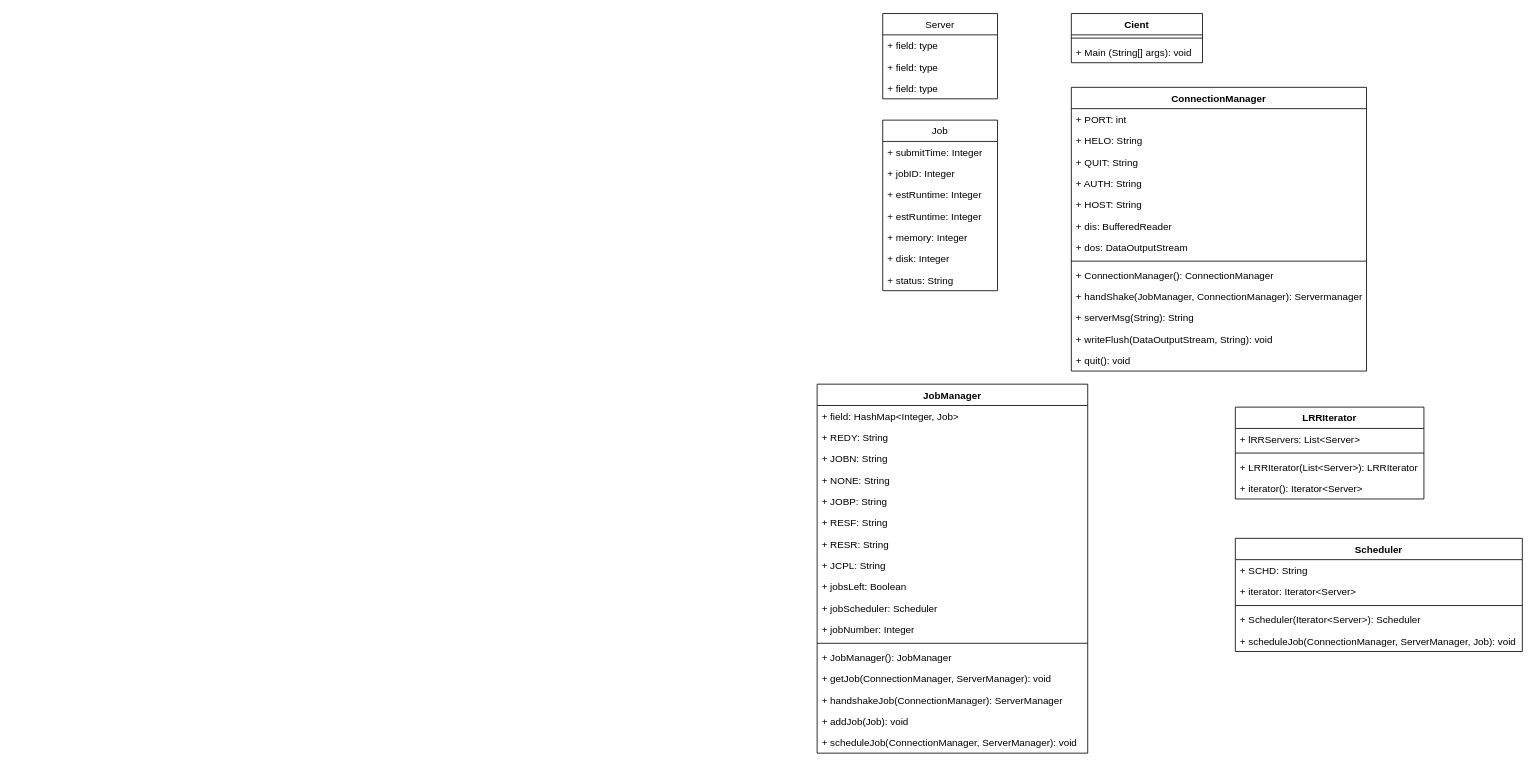
Earlier version of the draw.io diagram Untitled Diagram.drawio (46458727/COMP3100). Source tidied: cells renumbered, new cells numbered last; positions are measured from the earlier drawing's top-left corner, leaving out a move shared by most shapes. Both pictures are drawn from the tidied source at 82%, with x=0, y=0 at pixel (817, 13).
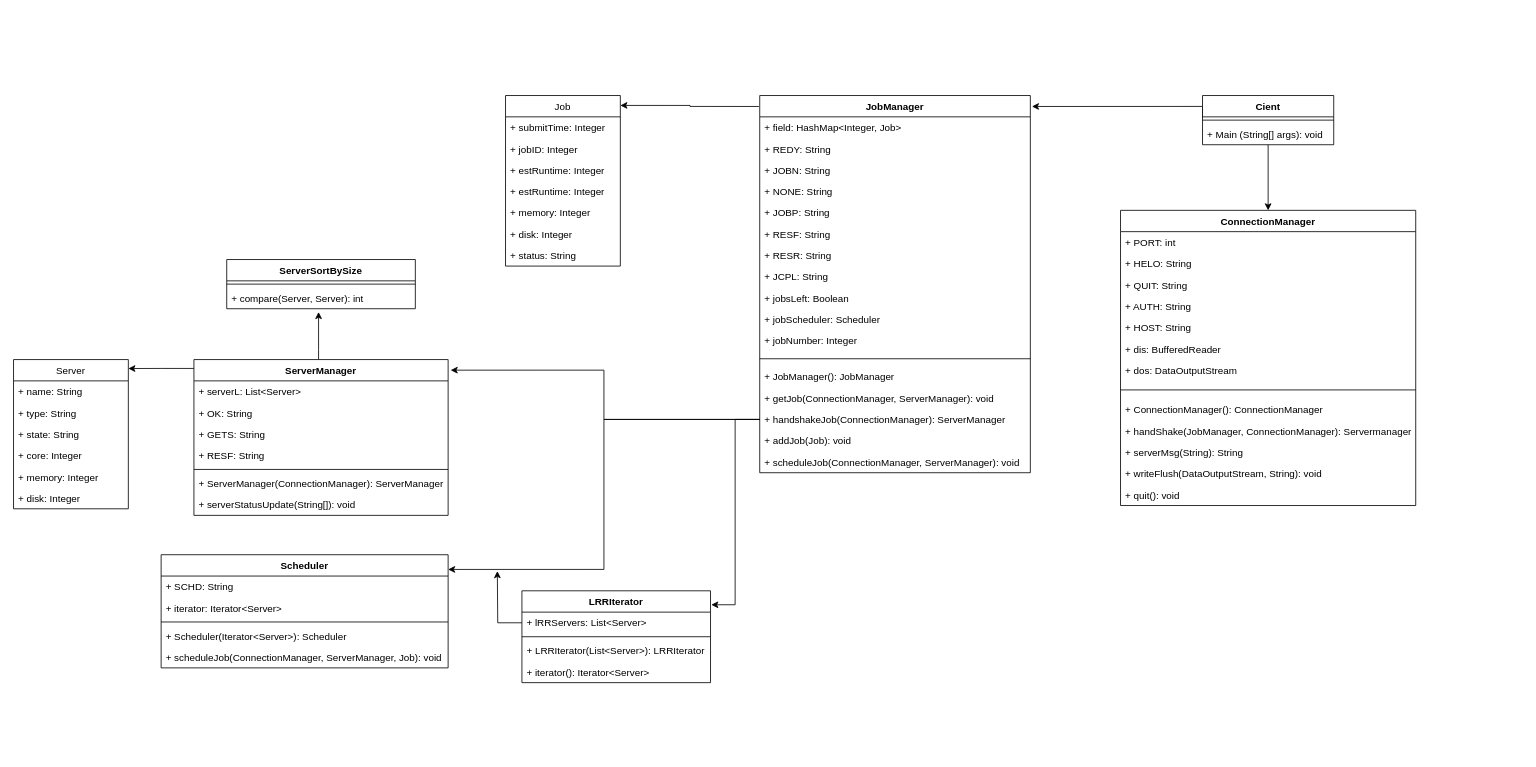
Above is the later version.

Commit message:
Finalised Class Diagram

Unchanged cells that the change refers to:
```xml
<mxCell id="7" style="line;strokeWidth=1;fillColor=none;align=left;verticalAlign=middle;spacingTop=-1;spacingLeft=3;spacingRight=3;labelPosition=right;points=[];portConstraint=eastwest;" parent="6" vertex="1">
  <mxGeometry y="26" width="160" height="8" as="geometry" />
</mxCell>
<mxCell id="50" value="+ lRRServers: List&lt;Server&gt;" style="text;strokeColor=none;fillColor=none;align=left;verticalAlign=top;spacingLeft=4;spacingRight=4;overflow=hidden;points=[[0,0.5],[1,0.5]];portConstraint=eastwest;" parent="49" vertex="1">
  <mxGeometry y="26" width="230" height="26" as="geometry" />
</mxCell>
```

What changed in the source:
```diff
@@
     <mxCell id="2" value="Server" style="swimlane;fontStyle=0;horizontal=1;startSize=26;fillColor=none;" parent="1" vertex="1">
-      <mxGeometry x="80" width="140" height="104" as="geometry" />
+      <mxGeometry x="-980" y="422" width="140" height="182" as="geometry" />
     </mxCell>
-    <mxCell id="3" value="+ field: type" style="text;strokeColor=none;fillColor=none;align=left;verticalAlign=top;spacingLeft=4;spacingRight=4;overflow=hidden;" parent="2" vertex="1">
+    <mxCell id="3" value="+ name: String" style="text;strokeColor=none;fillColor=none;align=left;verticalAlign=top;spacingLeft=4;spacingRight=4;overflow=hidden;" parent="2" vertex="1">
       <mxGeometry y="26" width="140" height="26" as="geometry" />
     </mxCell>
-    <mxCell id="4" value="+ field: type" style="text;strokeColor=none;fillColor=none;align=left;verticalAlign=top;spacingLeft=4;spacingRight=4;overflow=hidden;" parent="2" vertex="1">
+    <mxCell id="4" value="+ type: String" style="text;strokeColor=none;fillColor=none;align=left;verticalAlign=top;spacingLeft=4;spacingRight=4;overflow=hidden;" parent="2" vertex="1">
       <mxGeometry y="52" width="140" height="26" as="geometry" />
     </mxCell>
-    <mxCell id="5" value="+ field: type" style="text;strokeColor=none;fillColor=none;align=left;verticalAlign=top;spacingLeft=4;spacingRight=4;overflow=hidden;" parent="2" vertex="1">
+    <mxCell id="5" value="+ state: String" style="text;strokeColor=none;fillColor=none;align=left;verticalAlign=top;spacingLeft=4;spacingRight=4;overflow=hidden;" parent="2" vertex="1">
       <mxGeometry y="78" width="140" height="26" as="geometry" />
     </mxCell>
+    <mxCell id="60" value="+ core: Integer" style="text;strokeColor=none;fillColor=none;align=left;verticalAlign=top;spacingLeft=4;spacingRight=4;overflow=hidden;" parent="2" vertex="1">
+      <mxGeometry y="104" width="140" height="26" as="geometry" />
+    </mxCell>
+    <mxCell id="61" value="+ memory: Integer" style="text;strokeColor=none;fillColor=none;align=left;verticalAlign=top;spacingLeft=4;spacingRight=4;overflow=hidden;" parent="2" vertex="1">
+      <mxGeometry y="130" width="140" height="26" as="geometry" />
+    </mxCell>
+    <mxCell id="62" value="+ disk: Integer" style="text;strokeColor=none;fillColor=none;align=left;verticalAlign=top;spacingLeft=4;spacingRight=4;overflow=hidden;" parent="2" vertex="1">
+      <mxGeometry y="156" width="140" height="26" as="geometry" />
+    </mxCell>
+    <mxCell id="63" style="edgeStyle=orthogonalEdgeStyle;rounded=0;jettySize=auto;html=1;" parent="1" edge="1" source="6" target="9">
+      <mxGeometry relative="1" as="geometry" />
+    </mxCell>
+    <mxCell id="64" style="edgeStyle=orthogonalEdgeStyle;rounded=0;jettySize=auto;html=1;entryX=1.006;entryY=0.029;entryDx=0;entryDy=0;entryPerimeter=0;exitX=0;exitY=0.125;exitDx=0;exitDy=0;exitPerimeter=0;" parent="1" edge="1" source="7" target="23">
+      <mxGeometry relative="1" as="geometry">
+        <Array as="points">
+          <mxPoint x="470" y="113" />
+        </Array>
+      </mxGeometry>
+    </mxCell>
     <mxCell id="6" value="Cient" style="swimlane;fontStyle=1;align=center;verticalAlign=top;horizontal=1;startSize=26;" parent="1" vertex="1">
-      <mxGeometry x="310" width="160" height="60" as="geometry" />
+      <mxGeometry x="470" y="100" width="160" height="60" as="geometry" />
     </mxCell>
@@
     <mxCell id="9" value="ConnectionManager" style="swimlane;fontStyle=1;align=center;verticalAlign=top;horizontal=1;startSize=26;" parent="1" vertex="1">
-      <mxGeometry x="310" y="90" width="360" height="346" as="geometry" />
+      <mxGeometry x="370" y="240" width="360" height="360" as="geometry" />
     </mxCell>
@@
     <mxCell id="17" style="line;strokeWidth=1;fillColor=none;align=left;verticalAlign=middle;spacingTop=-1;spacingLeft=3;spacingRight=3;labelPosition=right;" parent="9" vertex="1">
-      <mxGeometry y="208" width="360" height="8" as="geometry" />
+      <mxGeometry y="208" width="360" height="22" as="geometry" />
     </mxCell>
     <mxCell id="18" value="+ ConnectionManager(): ConnectionManager" style="text;strokeColor=none;fillColor=none;align=left;verticalAlign=top;spacingLeft=4;spacingRight=4;overflow=hidden;" parent="9" vertex="1">
-      <mxGeometry y="216" width="360" height="26" as="geometry" />
+      <mxGeometry y="230" width="360" height="26" as="geometry" />
     </mxCell>
     <mxCell id="19" value="+ handShake(JobManager, ConnectionManager): Servermanager" style="text;strokeColor=none;fillColor=none;align=left;verticalAlign=top;spacingLeft=4;spacingRight=4;overflow=hidden;" parent="9" vertex="1">
-      <mxGeometry y="242" width="360" height="26" as="geometry" />
+      <mxGeometry y="256" width="360" height="26" as="geometry" />
     </mxCell>
     <mxCell id="20" value="+ serverMsg(String): String" style="text;strokeColor=none;fillColor=none;align=left;verticalAlign=top;spacingLeft=4;spacingRight=4;overflow=hidden;" parent="9" vertex="1">
-      <mxGeometry y="268" width="360" height="26" as="geometry" />
+      <mxGeometry y="282" width="360" height="26" as="geometry" />
     </mxCell>
     <mxCell id="21" value="+ writeFlush(DataOutputStream, String): void" style="text;strokeColor=none;fillColor=none;align=left;verticalAlign=top;spacingLeft=4;spacingRight=4;overflow=hidden;" parent="9" vertex="1">
-      <mxGeometry y="294" width="360" height="26" as="geometry" />
+      <mxGeometry y="308" width="360" height="26" as="geometry" />
     </mxCell>
     <mxCell id="22" value="+ quit(): void" style="text;strokeColor=none;fillColor=none;align=left;verticalAlign=top;spacingLeft=4;spacingRight=4;overflow=hidden;" parent="9" vertex="1">
-      <mxGeometry y="320" width="360" height="26" as="geometry" />
+      <mxGeometry y="334" width="360" height="26" as="geometry" />
     </mxCell>
     <mxCell id="23" value="JobManager" style="swimlane;fontStyle=1;align=center;verticalAlign=top;horizontal=1;startSize=26;" parent="1" vertex="1">
-      <mxGeometry y="452" width="330" height="450" as="geometry" />
+      <mxGeometry x="-70" y="100" width="330" height="460" as="geometry" />
     </mxCell>
@@
     <mxCell id="35" style="line;strokeWidth=1;fillColor=none;align=left;verticalAlign=middle;spacingTop=-1;spacingLeft=3;spacingRight=3;labelPosition=right;" parent="23" vertex="1">
-      <mxGeometry y="312" width="330" height="8" as="geometry" />
+      <mxGeometry y="312" width="330" height="18" as="geometry" />
     </mxCell>
     <mxCell id="36" value="+ JobManager(): JobManager" style="text;strokeColor=none;fillColor=none;align=left;verticalAlign=top;spacingLeft=4;spacingRight=4;overflow=hidden;" parent="23" vertex="1">
-      <mxGeometry y="320" width="330" height="26" as="geometry" />
+      <mxGeometry y="330" width="330" height="26" as="geometry" />
     </mxCell>
     <mxCell id="37" value="+ getJob(ConnectionManager, ServerManager): void" style="text;strokeColor=none;fillColor=none;align=left;verticalAlign=top;spacingLeft=4;spacingRight=4;overflow=hidden;" parent="23" vertex="1">
-      <mxGeometry y="346" width="330" height="26" as="geometry" />
+      <mxGeometry y="356" width="330" height="26" as="geometry" />
     </mxCell>
     <mxCell id="38" value="+ handshakeJob(ConnectionManager): ServerManager" style="text;strokeColor=none;fillColor=none;align=left;verticalAlign=top;spacingLeft=4;spacingRight=4;overflow=hidden;points=[[0,0.5],[1,0.5]];portConstraint=eastwest;" parent="23" vertex="1">
-      <mxGeometry y="372" width="330" height="26" as="geometry" />
+      <mxGeometry y="382" width="330" height="26" as="geometry" />
     </mxCell>
     <mxCell id="39" value="+ addJob(Job): void" style="text;strokeColor=none;fillColor=none;align=left;verticalAlign=top;spacingLeft=4;spacingRight=4;overflow=hidden;" parent="23" vertex="1">
-      <mxGeometry y="398" width="330" height="26" as="geometry" />
+      <mxGeometry y="408" width="330" height="26" as="geometry" />
     </mxCell>
     <mxCell id="40" value="+ scheduleJob(ConnectionManager, ServerManager): void" style="text;strokeColor=none;fillColor=none;align=left;verticalAlign=top;spacingLeft=4;spacingRight=4;overflow=hidden;" parent="23" vertex="1">
-      <mxGeometry y="424" width="330" height="26" as="geometry" />
+      <mxGeometry y="434" width="330" height="26" as="geometry" />
     </mxCell>
     <mxCell id="41" value="Job" style="swimlane;fontStyle=0;horizontal=1;startSize=26;fillColor=none;" parent="1" vertex="1">
-      <mxGeometry x="80" y="130" width="140" height="208" as="geometry" />
+      <mxGeometry x="-380" y="100" width="140" height="208" as="geometry" />
     </mxCell>
@@
     <mxCell id="49" value="LRRIterator" style="swimlane;fontStyle=1;align=center;verticalAlign=top;horizontal=1;startSize=26;" parent="1" vertex="1">
-      <mxGeometry x="510" y="480" width="230" height="112" as="geometry" />
+      <mxGeometry x="-360" y="704" width="230" height="112" as="geometry" />
     </mxCell>
@@
     <mxCell id="54" value="Scheduler" style="swimlane;fontStyle=1;align=center;verticalAlign=top;horizontal=1;startSize=26;" parent="1" vertex="1">
-      <mxGeometry x="510" y="640" width="350" height="138" as="geometry" />
+      <mxGeometry x="-800" y="660" width="350" height="138" as="geometry" />
     </mxCell>
@@
+    <mxCell id="65" style="edgeStyle=orthogonalEdgeStyle;rounded=0;jettySize=auto;html=1;entryX=1;entryY=0.06;entryDx=0;entryDy=0;entryPerimeter=0;exitX=0;exitY=0.057;exitDx=0;exitDy=0;exitPerimeter=0;" parent="1" edge="1" source="67" target="2">
+      <mxGeometry relative="1" as="geometry" />
+    </mxCell>
+    <mxCell id="66" style="edgeStyle=orthogonalEdgeStyle;rounded=0;jettySize=auto;html=1;" parent="1" edge="1" source="67">
+      <mxGeometry relative="1" as="geometry">
+        <mxPoint x="-608" y="364" as="targetPoint" />
+        <Array as="points">
+          <mxPoint x="-608" y="410" />
+          <mxPoint x="-608" y="410" />
+        </Array>
+      </mxGeometry>
+    </mxCell>
+    <mxCell id="67" value="ServerManager" style="swimlane;fontStyle=1;align=center;verticalAlign=top;horizontal=1;startSize=26;" parent="1" vertex="1">
+      <mxGeometry x="-760" y="422" width="310" height="190" as="geometry" />
+    </mxCell>
+    <mxCell id="68" value="+ serverL: List&lt;Server&gt;" style="text;strokeColor=none;fillColor=none;align=left;verticalAlign=top;spacingLeft=4;spacingRight=4;overflow=hidden;" parent="67" vertex="1">
+      <mxGeometry y="26" width="310" height="26" as="geometry" />
+    </mxCell>
+    <mxCell id="69" value="+ OK: String" style="text;strokeColor=none;fillColor=none;align=left;verticalAlign=top;spacingLeft=4;spacingRight=4;overflow=hidden;" parent="67" vertex="1">
+      <mxGeometry y="52" width="310" height="26" as="geometry" />
+    </mxCell>
+    <mxCell id="70" value="+ GETS: String" style="text;strokeColor=none;fillColor=none;align=left;verticalAlign=top;spacingLeft=4;spacingRight=4;overflow=hidden;" parent="67" vertex="1">
+      <mxGeometry y="78" width="310" height="26" as="geometry" />
+    </mxCell>
+    <mxCell id="71" value="+ RESF: String" style="text;strokeColor=none;fillColor=none;align=left;verticalAlign=top;spacingLeft=4;spacingRight=4;overflow=hidden;" parent="67" vertex="1">
+      <mxGeometry y="104" width="310" height="26" as="geometry" />
+    </mxCell>
+    <mxCell id="72" style="line;strokeWidth=1;fillColor=none;align=left;verticalAlign=middle;spacingTop=-1;spacingLeft=3;spacingRight=3;labelPosition=right;" parent="67" vertex="1">
+      <mxGeometry y="130" width="310" height="8" as="geometry" />
+    </mxCell>
+    <mxCell id="73" value="+ ServerManager(ConnectionManager): ServerManager" style="text;strokeColor=none;fillColor=none;align=left;verticalAlign=top;spacingLeft=4;spacingRight=4;overflow=hidden;" parent="67" vertex="1">
+      <mxGeometry y="138" width="310" height="26" as="geometry" />
+    </mxCell>
+    <mxCell id="74" value="+ serverStatusUpdate(String[]): void" style="text;strokeColor=none;fillColor=none;align=left;verticalAlign=top;spacingLeft=4;spacingRight=4;overflow=hidden;" parent="67" vertex="1">
+      <mxGeometry y="164" width="310" height="26" as="geometry" />
+    </mxCell>
+    <mxCell id="75" value="ServerSortBySize" style="swimlane;fontStyle=1;align=center;verticalAlign=top;horizontal=1;startSize=26;" parent="1" vertex="1">
+      <mxGeometry x="-720" y="300" width="230" height="60" as="geometry" />
+    </mxCell>
+    <mxCell id="76" style="line;strokeWidth=1;fillColor=none;align=left;verticalAlign=middle;spacingTop=-1;spacingLeft=3;spacingRight=3;labelPosition=right;" parent="75" vertex="1">
+      <mxGeometry y="26" width="230" height="8" as="geometry" />
+    </mxCell>
+    <mxCell id="77" value="+ compare(Server, Server): int" style="text;strokeColor=none;fillColor=none;align=left;verticalAlign=top;spacingLeft=4;spacingRight=4;overflow=hidden;" parent="75" vertex="1">
+      <mxGeometry y="34" width="230" height="26" as="geometry" />
+    </mxCell>
+    <mxCell id="78" style="edgeStyle=orthogonalEdgeStyle;rounded=0;jettySize=auto;html=1;entryX=1;entryY=0.058;entryDx=0;entryDy=0;entryPerimeter=0;exitX=-0.003;exitY=0.029;exitDx=0;exitDy=0;exitPerimeter=0;" parent="1" edge="1" source="23" target="41">
+      <mxGeometry relative="1" as="geometry" />
+    </mxCell>
+    <mxCell id="79" style="edgeStyle=orthogonalEdgeStyle;rounded=0;jettySize=auto;html=1;entryX=1.01;entryY=0.068;entryDx=0;entryDy=0;entryPerimeter=0;" parent="1" edge="1" source="38" target="67">
+      <mxGeometry relative="1" as="geometry" />
+    </mxCell>
+    <mxCell id="80" style="edgeStyle=orthogonalEdgeStyle;rounded=0;jettySize=auto;html=1;entryX=1;entryY=0.13;entryDx=0;entryDy=0;entryPerimeter=0;" parent="1" edge="1" source="38" target="54">
+      <mxGeometry relative="1" as="geometry" />
+    </mxCell>
+    <mxCell id="81" style="edgeStyle=orthogonalEdgeStyle;rounded=0;jettySize=auto;html=1;entryX=1.004;entryY=0.152;entryDx=0;entryDy=0;entryPerimeter=0;" parent="1" edge="1" source="38" target="49">
+      <mxGeometry relative="1" as="geometry" />
+    </mxCell>
+    <mxCell id="82" style="edgeStyle=orthogonalEdgeStyle;rounded=0;jettySize=auto;html=1;" parent="1" edge="1" source="50">
+      <mxGeometry relative="1" as="geometry">
+        <mxPoint x="-390" y="680" as="targetPoint" />
+      </mxGeometry>
+    </mxCell>
```
